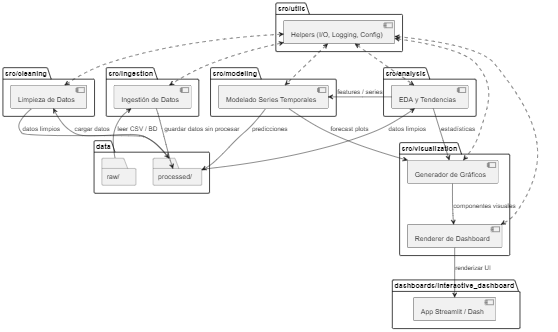
This is docs/images/component_diagram.png from Ares-Infenus/Retail_Sales_Trend_Analysis, a PlantUML export, as it was before one commit. Its source is kept beside it as docs/diagrams/component_diagram.puml. Source of this version:
```plantuml
@startuml
package "src/ingestion" {
  [Ingestión de Datos] as Ingest
}
package "src/cleaning" {
  [Limpieza de Datos] as Clean
}
package "src/analysis" {
  [EDA y Tendencias] as Analysis
}
package "src/modeling" {
  [Modelado Series Temporales] as Modeling
}
package "src/visualization" {
  [Generador de Gráficos] as Plots
  [Renderer de Dashboard] as Dash
}
package "src/utils" {
  [Helpers (I/O, Logging, Config)] as Utils
}
package "data" {
  folder "raw/" as RawData
  folder "processed/" as ProcData
}
package "dashboards/interactive_dashboard" {
  component "App Streamlit / Dash" as DashboardApp
}

RawData --> Ingest : leer CSV / BD
Ingest --> ProcData : guardar datos sin procesar
ProcData --> Clean : cargar datos
Clean --> ProcData : datos limpios
ProcData --> Analysis : datos limpios
Analysis --> Modeling : features / series
Modeling --> ProcData : predicciones
Analysis --> Plots : estadísticas
Modeling --> Plots : forecast plots
Plots --> Dash : componentes visuales
Dash --> DashboardApp : renderizar UI

Utils <..> Ingest
Utils <..> Clean
Utils <..> Analysis
Utils <..> Modeling
Utils <..> Plots
Utils <..> Dash

@enduml
```
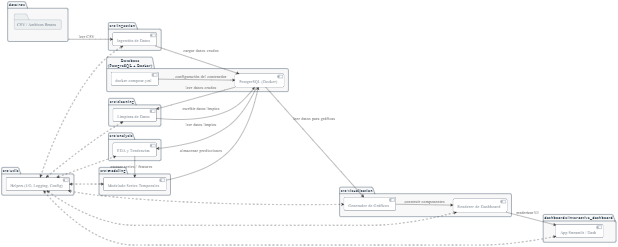
After the change.

Commit message:
refactor(arquitectura): dockerizar PostgreSQL, reorganizar carpetas y actualizar UML

The edit, as a diff of the source:
```diff
@@ -1,42 +1,76 @@
 @startuml
-package "src/ingestion" {
+skinparam backgroundColor #FFFFFF
+skinparam defaultFontName "Helvetica Neue"
+skinparam defaultFontSize 14
+skinparam roundCorner 10
+skinparam shadowing false
+
+skinparam packageBackgroundColor #F8F8F8
+skinparam packageBorderColor #34495E
+skinparam packageFontColor #2C3E50
+
+skinparam componentBackgroundColor #FFFFFF
+skinparam componentBorderColor #2C3E50
+skinparam componentFontColor #2C3E50
+
+skinparam folderBackgroundColor #ECF0F1
+skinparam folderBorderColor #34495E
+skinparam folderFontColor #2C3E50
+
+left to right direction
+
+
+package "data/raw" as RawData {
+  folder "CSV / Archivos Brutos"
+}
+
+package "Database\n(PostgreSQL + Docker)" as DB {
+  component "docker-compose.yml" as Compose
+  component "PostgreSQL (Docker)"    as Postgres
+}
+
+package "src/ingestion" as IngestPkg {
   [Ingestión de Datos] as Ingest
 }
-package "src/cleaning" {
+
+package "src/cleaning" as CleanPkg {
   [Limpieza de Datos] as Clean
 }
-package "src/analysis" {
+
+package "src/analysis" as AnalysisPkg {
   [EDA y Tendencias] as Analysis
 }
-package "src/modeling" {
+
+package "src/modeling" as ModelingPkg {
   [Modelado Series Temporales] as Modeling
 }
-package "src/visualization" {
+
+package "src/visualization" as VizPkg {
   [Generador de Gráficos] as Plots
-  [Renderer de Dashboard] as Dash
+  [Renderer de Dashboard]     as Dash
 }
-package "src/utils" {
-  [Helpers (I/O, Logging, Config)] as Utils
-}
-package "data" {
-  folder "raw/" as RawData
-  folder "processed/" as ProcData
-}
-package "dashboards/interactive_dashboard" {
+
+package "dashboards/interactive_dashboard" as DashAppPkg {
   component "App Streamlit / Dash" as DashboardApp
 }
 
-RawData --> Ingest : leer CSV / BD
-Ingest --> ProcData : guardar datos sin procesar
-ProcData --> Clean : cargar datos
-Clean --> ProcData : datos limpios
-ProcData --> Analysis : datos limpios
-Analysis --> Modeling : features / series
-Modeling --> ProcData : predicciones
-Analysis --> Plots : estadísticas
-Modeling --> Plots : forecast plots
-Plots --> Dash : componentes visuales
-Dash --> DashboardApp : renderizar UI
+package "src/utils" as UtilsPkg {
+  [Helpers (I/O, Logging, Config)] as Utils
+}
+
+
+RawData --> Ingest        : leer CSV
+Ingest --> Postgres       : cargar datos crudos
+Postgres --> Clean        : leer datos crudos
+Clean --> Postgres        : escribir datos limpios
+Postgres --> Analysis     : leer datos limpios
+Analysis --> Modeling     : extraer series / features
+Modeling --> Postgres     : almacenar predicciones
+Postgres --> Plots        : leer datos para gráficas
+Plots --> Dash            : construir componentes
+Dash --> DashboardApp     : renderizar UI
+
+Compose --> Postgres      : configuración del contenedor
 
 Utils <..> Ingest
 Utils <..> Clean
@@ -44,5 +78,5 @@
 Utils <..> Modeling
 Utils <..> Plots
 Utils <..> Dash
-
+Utils <..> DashboardApp
 @enduml
```
